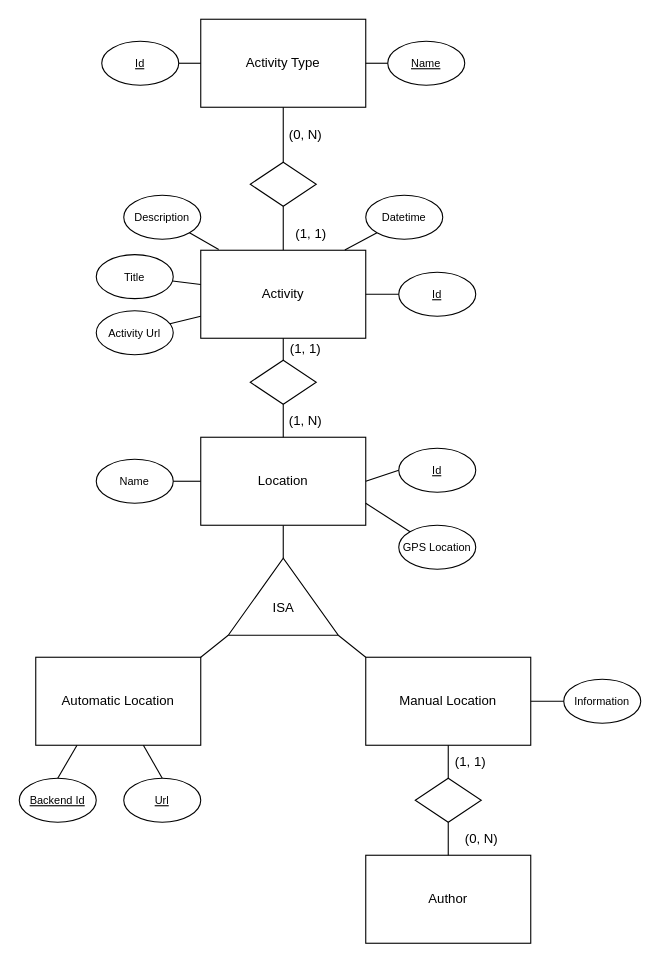
This is packages/db-schema/assets/ACCR-EER.drawio from merojosa/agenda-cultural-cr, a draw.io file, before an edit. Source tidied: cells renumbered, new cells numbered last; positions are measured from the earlier drawing's top-left corner, leaving out a move shared by most shapes. Both pictures are drawn from the tidied source at 110%, with x=0, y=0 at pixel (19, 19).
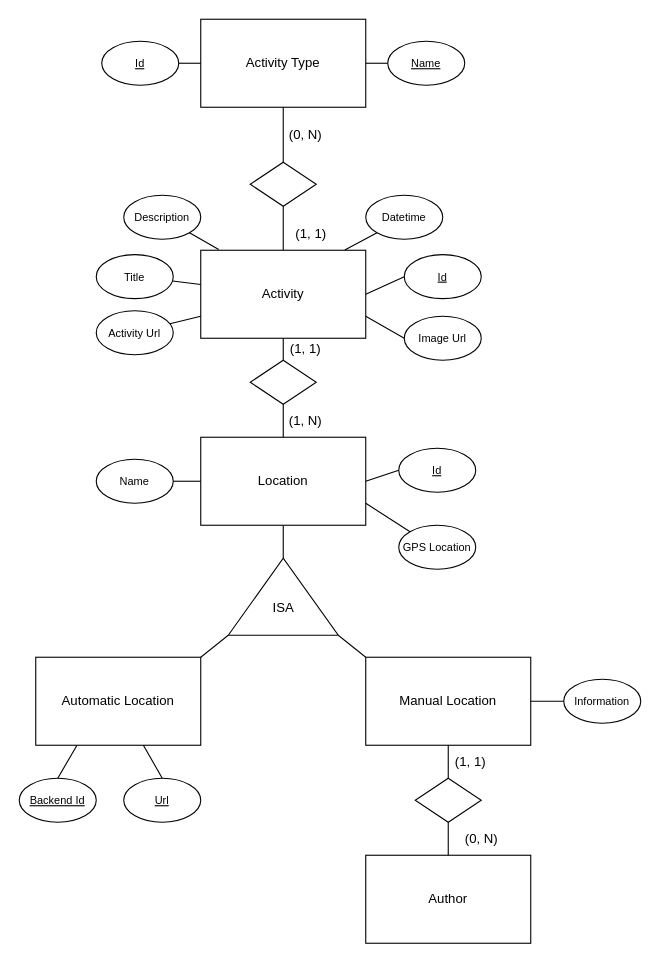
After the change.

Unchanged cells that the change refers to:
```xml
<mxCell id="3" value="Activity" style="rounded=0;whiteSpace=wrap;html=1;" parent="1" vertex="1">
  <mxGeometry x="165" y="210" width="150" height="80" as="geometry" />
</mxCell>
```

Change to the diagram source:
```diff
@@
     <mxCell id="19" value="&lt;font style=&quot;font-size: 10px;&quot;&gt;&lt;u&gt;Id&lt;/u&gt;&lt;/font&gt;" style="ellipse;whiteSpace=wrap;html=1;" parent="1" vertex="1">
-      <mxGeometry x="345" y="230" width="70" height="40" as="geometry" />
+      <mxGeometry x="350" y="214" width="70" height="40" as="geometry" />
     </mxCell>
@@
+    <mxCell id="56" value="&lt;span style=&quot;font-size: 10px;&quot;&gt;Image Url&lt;/span&gt;" style="ellipse;whiteSpace=wrap;html=1;" parent="1" vertex="1">
+      <mxGeometry x="350" y="270" width="70" height="40" as="geometry" />
+    </mxCell>
+    <mxCell id="57" style="endArrow=none;html=1;rounded=0;entryX=0;entryY=0.5;entryDx=0;entryDy=0;exitX=1;exitY=0.75;exitDx=0;exitDy=0;" parent="1" edge="1" source="3" target="56">
+      <mxGeometry relative="1" as="geometry" />
+    </mxCell>
```
